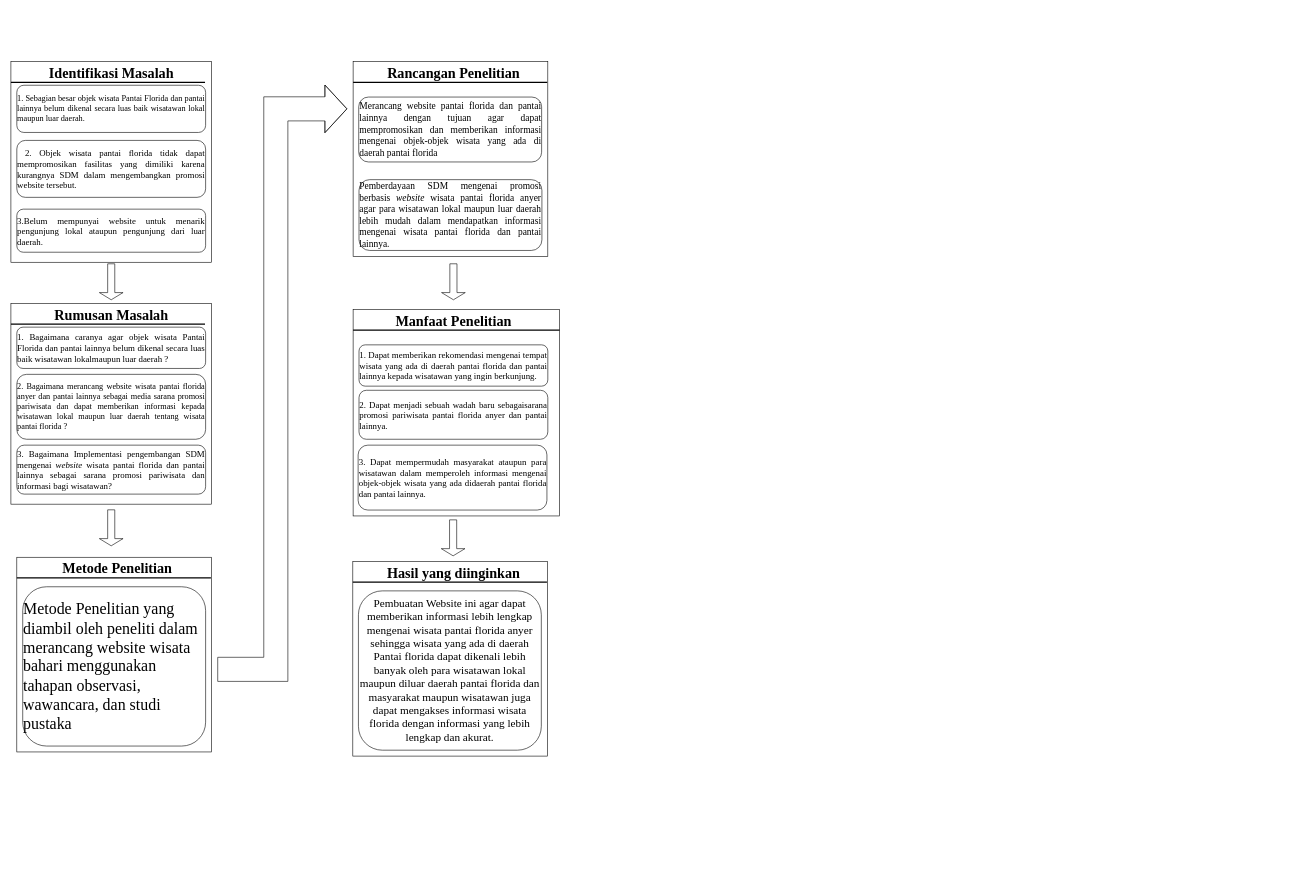
Above: page "Page-62" (2 of 62) of Untitled Diagram.drawio in Jeremia0910/SJSI (draw.io), before the change. Source tidied: cells renumbered, new cells numbered last; positions are measured from the earlier drawing's top-left corner, leaving out a move shared by most shapes. Both pictures are drawn from the tidied source at 59%, with x=0, y=0 at pixel (11, 61).
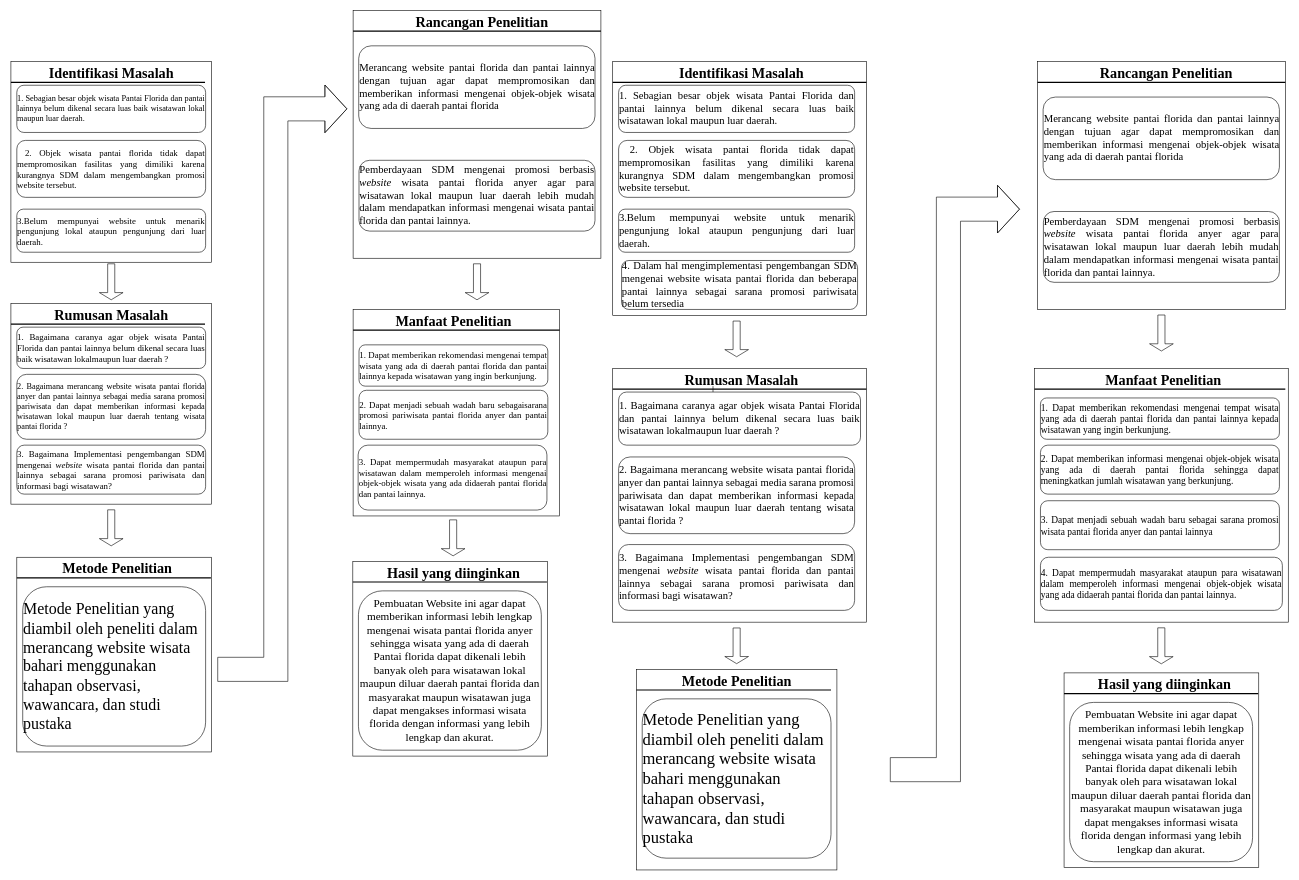
The same page after the edit.

Diff of the diagram source:
```diff
@@
     <mxCell id="10" style="whiteSpace=wrap;html=1;" parent="1" vertex="1">
-      <mxGeometry x="580" width="330" height="330" as="geometry" />
+      <mxGeometry x="1740" width="420" height="420" as="geometry" />
     </mxCell>
     <mxCell id="11" style="line;strokeWidth=2;html=1;" parent="1" vertex="1">
-      <mxGeometry x="580" y="30" width="329" height="10" as="geometry" />
+      <mxGeometry x="1740" y="30" width="420" height="10" as="geometry" />
     </mxCell>
-    <mxCell id="12" value="&lt;font face=&quot;Times New Roman&quot;&gt;Rancangan Penelitian&lt;br&gt;&lt;/font&gt;" style="text;html=1;fontSize=24;fontStyle=1;verticalAlign=middle;align=center;" parent="1" vertex="1">
-      <mxGeometry x="715" y="10" width="70" height="20" as="geometry" />
+    <mxCell id="12" value="&lt;font face=&quot;Times New Roman&quot;&gt;&lt;span style=&quot;white-space: pre;&quot;&gt;&#9;&lt;/span&gt;&lt;span style=&quot;white-space: pre;&quot;&gt;&#9;&lt;/span&gt;Rancangan Penelitian&lt;br&gt;&lt;/font&gt;" style="text;html=1;fontSize=24;fontStyle=1;verticalAlign=middle;align=center;" parent="1" vertex="1">
+      <mxGeometry x="1875" y="10" width="70" height="20" as="geometry" />
     </mxCell>
-    <mxCell id="13" value="&lt;div align=&quot;justify&quot;&gt;&lt;font style=&quot;font-size: 16px;&quot;&gt;Merancang website pantai florida dan pantai lainnya dengan tujuan agar dapat mempromosikan dan memberikan informasi mengenai objek-objek wisata yang ada di daerah pantai florida&lt;/font&gt;&lt;/div&gt;" style="rounded=1;whiteSpace=wrap;html=1;fontFamily=Times New Roman;fontSize=14;" parent="1" vertex="1">
-      <mxGeometry x="589.5" y="60" width="310" height="110" as="geometry" />
+    <mxCell id="13" value="&lt;div style=&quot;font-size: 18px;&quot; align=&quot;justify&quot;&gt;&lt;font style=&quot;font-size: 18px;&quot;&gt;Merancang website pantai florida dan pantai lainnya dengan tujuan agar dapat mempromosikan dan memberikan informasi mengenai objek-objek wisata yang ada di daerah pantai florida&lt;/font&gt;&lt;/div&gt;" style="rounded=1;whiteSpace=wrap;html=1;fontFamily=Times New Roman;fontSize=14;" parent="1" vertex="1">
+      <mxGeometry x="1749.5" y="60" width="400.5" height="140" as="geometry" />
     </mxCell>
-    <mxCell id="14" value="&lt;div align=&quot;justify&quot;&gt;&lt;font style=&quot;font-size: 16px;&quot;&gt;Pemberdayaan SDM mengenai promosi berbasis &lt;i&gt;website &lt;/i&gt;wisata pantai florida anyer agar para wisatawan lokal maupun luar daerah lebih mudah dalam mendapatkan informasi mengenai wisata pantai florida dan pantai lainnya.&lt;/font&gt;&lt;/div&gt;" style="rounded=1;whiteSpace=wrap;html=1;fontFamily=Times New Roman;fontSize=14;" parent="1" vertex="1">
-      <mxGeometry x="590" y="200" width="310" height="120" as="geometry" />
+    <mxCell id="14" value="&lt;div style=&quot;font-size: 18px;&quot; align=&quot;justify&quot;&gt;&lt;font style=&quot;font-size: 18px;&quot;&gt;Pemberdayaan SDM mengenai promosi berbasis &lt;i&gt;website &lt;/i&gt;wisata pantai florida anyer agar para wisatawan lokal maupun luar daerah lebih mudah dalam mendapatkan informasi mengenai wisata pantai florida dan pantai lainnya.&lt;/font&gt;&lt;/div&gt;" style="rounded=1;whiteSpace=wrap;html=1;fontFamily=Times New Roman;fontSize=14;" parent="1" vertex="1">
+      <mxGeometry x="1750" y="254" width="400" height="120" as="geometry" />
     </mxCell>
     <mxCell id="15" style="shape=singleArrow;direction=east;whiteSpace=wrap;html=1;fontFamily=Times New Roman;rotation=90;" parent="1" vertex="1">
-      <mxGeometry x="719.5" y="353" width="61" height="40.2" as="geometry" />
+      <mxGeometry x="1919.5" y="439.8" width="61" height="40.2" as="geometry" />
     </mxCell>
@@
+    <mxCell id="38" style="whiteSpace=wrap;html=1;" parent="1" vertex="1">
+      <mxGeometry x="1020" width="430" height="430" as="geometry" />
+    </mxCell>
+    <mxCell id="39" style="line;strokeWidth=2;html=1;" parent="1" vertex="1">
+      <mxGeometry x="1020" y="30" width="430" height="10" as="geometry" />
+    </mxCell>
+    <mxCell id="40" value="&lt;font face=&quot;Times New Roman&quot;&gt;&lt;span style=&quot;white-space: pre;&quot;&gt;&#9;&lt;/span&gt;&lt;span style=&quot;white-space: pre;&quot;&gt;&#9;&lt;/span&gt;Identifikasi Masalah&lt;/font&gt;" style="text;html=1;fontSize=24;fontStyle=1;verticalAlign=middle;align=center;" parent="1" vertex="1">
+      <mxGeometry x="1155" y="10" width="70" height="20" as="geometry" />
+    </mxCell>
+    <mxCell id="41" value="&lt;div style=&quot;font-size: 18px;&quot; align=&quot;justify&quot;&gt;1. Sebagian besar objek wisata Pantai Florida dan pantai lainnya belum dikenal secara luas baik wisatawan lokal maupun luar daerah.&lt;/div&gt;" style="rounded=1;whiteSpace=wrap;html=1;fontFamily=Times New Roman;fontSize=14;align=center;" parent="1" vertex="1">
+      <mxGeometry x="1030" y="40" width="400" height="80" as="geometry" />
+    </mxCell>
+    <mxCell id="42" value="&lt;div style=&quot;font-size: 18px;&quot; align=&quot;justify&quot;&gt;&amp;nbsp;2. &lt;span&gt;Objek wisata pantai florida tidak dapat mempromosikan fasilitas yang dimiliki karena kurangnya SDM dalam mengembangkan promosi website tersebut.&lt;/span&gt;&lt;/div&gt;" style="rounded=1;whiteSpace=wrap;html=1;fontFamily=Times New Roman;fontSize=14;" parent="1" vertex="1">
+      <mxGeometry x="1030" y="133.5" width="400" height="96.5" as="geometry" />
+    </mxCell>
+    <mxCell id="43" value="&lt;div style=&quot;font-size: 18px;&quot; align=&quot;justify&quot;&gt;&lt;span&gt;3.Belum mempunyai website untuk menarik pengunjung lokal ataupun pengunjung dari luar daerah.&lt;/span&gt;&lt;/div&gt;" style="rounded=1;whiteSpace=wrap;html=1;fontFamily=Times New Roman;fontSize=14;" parent="1" vertex="1">
+      <mxGeometry x="1030" y="250" width="400" height="73" as="geometry" />
+    </mxCell>
+    <mxCell id="44" value="&lt;div style=&quot;font-size: 18px;&quot; align=&quot;justify&quot;&gt;&lt;span&gt;4. Dalam hal mengimplementasi pengembangan SDM mengenai website wisata pantai florida dan beberapa pantai lainnya sebagai sarana promosi pariwisata belum tersedia&lt;br&gt;&lt;/span&gt;&lt;/div&gt;" style="rounded=1;whiteSpace=wrap;html=1;fontFamily=Times New Roman;fontSize=14;" parent="1" vertex="1">
+      <mxGeometry x="1035" y="337" width="400" height="83" as="geometry" />
+    </mxCell>
+    <mxCell id="45" style="shape=singleArrow;direction=east;whiteSpace=wrap;html=1;fontFamily=Times New Roman;rotation=90;" parent="1" vertex="1">
+      <mxGeometry x="1199.8" y="449.8" width="60.5" height="40.2" as="geometry" />
+    </mxCell>
+    <mxCell id="46" style="whiteSpace=wrap;html=1;" parent="1" vertex="1">
+      <mxGeometry x="1020" y="520" width="430" height="430" as="geometry" />
+    </mxCell>
+    <mxCell id="47" style="line;strokeWidth=2;html=1;" parent="1" vertex="1">
+      <mxGeometry x="1020" y="550" width="430" height="10" as="geometry" />
+    </mxCell>
+    <mxCell id="48" style="edgeStyle=orthogonalEdgeStyle;rounded=0;jettySize=auto;html=1;" parent="1" edge="1" source="49" target="50">
+      <mxGeometry relative="1" as="geometry" />
+    </mxCell>
+    <mxCell id="49" value="&lt;font face=&quot;Times New Roman&quot;&gt;&lt;span style=&quot;white-space: pre;&quot;&gt;&#9;&lt;/span&gt;&lt;span style=&quot;white-space: pre;&quot;&gt;&#9;&lt;/span&gt;Rumusan Masalah&lt;/font&gt;" style="text;html=1;fontSize=24;fontStyle=1;verticalAlign=middle;align=center;" parent="1" vertex="1">
+      <mxGeometry x="1155" y="530" width="70" height="20" as="geometry" />
+    </mxCell>
+    <mxCell id="50" value="&lt;div style=&quot;font-size: 18px;&quot; align=&quot;justify&quot;&gt;&lt;p&gt;&lt;span&gt;1. Bagaimana caranya agar objek wisata Pantai Florida dan pantai lainnya belum dikenal secara luas baik wisatawan lokalmaupun luar daerah ?&lt;/span&gt;&lt;/p&gt;&lt;/div&gt;" style="rounded=1;whiteSpace=wrap;html=1;fontFamily=Times New Roman;fontSize=14;align=center;" parent="1" vertex="1">
+      <mxGeometry x="1030" y="560" width="410" height="90" as="geometry" />
+    </mxCell>
+    <mxCell id="51" value="&lt;div style=&quot;font-size: 18px;&quot; align=&quot;justify&quot;&gt;&lt;p&gt;&lt;span&gt;2. Bagaimana merancang website wisata pantai florida anyer dan pantai lainnya sebagai media sarana promosi pariwisata dan dapat memberikan informasi kepada wisatawan lokal maupun luar daerah tentang wisata pantai florida ?&lt;/span&gt;&lt;/p&gt;&lt;/div&gt;" style="rounded=1;whiteSpace=wrap;html=1;fontFamily=Times New Roman;fontSize=14;" parent="1" vertex="1">
+      <mxGeometry x="1030" y="670" width="400" height="130" as="geometry" />
+    </mxCell>
+    <mxCell id="52" value="&lt;div style=&quot;font-size: 18px;&quot; align=&quot;justify&quot;&gt;3. Bagaimana Implementasi pengembangan SDM mengenai&lt;i&gt; website &lt;/i&gt;wisata pantai florida dan pantai lainnya sebagai sarana promosi pariwisata dan informasi bagi wisatawan?&lt;/div&gt;" style="rounded=1;whiteSpace=wrap;html=1;fontFamily=Times New Roman;fontSize=14;" parent="1" vertex="1">
+      <mxGeometry x="1030" y="818.5" width="400" height="111.5" as="geometry" />
+    </mxCell>
+    <mxCell id="53" style="whiteSpace=wrap;html=1;" parent="1" vertex="1">
+      <mxGeometry x="1060" y="1030" width="340" height="340" as="geometry" />
+    </mxCell>
+    <mxCell id="54" style="line;strokeWidth=2;html=1;" parent="1" vertex="1">
+      <mxGeometry x="1060" y="1060" width="330" height="10" as="geometry" />
+    </mxCell>
+    <mxCell id="55" value="&lt;font face=&quot;Times New Roman&quot;&gt;Metode Penelitian&lt;br&gt;&lt;/font&gt;" style="text;html=1;fontSize=24;fontStyle=1;verticalAlign=middle;align=center;" parent="1" vertex="1">
+      <mxGeometry x="1195" y="1040" width="70" height="20" as="geometry" />
+    </mxCell>
+    <mxCell id="56" value="&lt;div style=&quot;font-size: 28px;&quot; align=&quot;left&quot;&gt;&lt;font style=&quot;font-size: 28px;&quot;&gt;Metode Penelitian yang diambil oleh peneliti dalam merancang website wisata bahari menggunakan tahapan observasi, wawancara, dan studi pustaka&lt;/font&gt;&lt;br&gt;&lt;/div&gt;" style="rounded=1;whiteSpace=wrap;html=1;fontFamily=Times New Roman;fontSize=14;" parent="1" vertex="1">
+      <mxGeometry x="1070" y="1080" width="320" height="270" as="geometry" />
+    </mxCell>
+    <mxCell id="57" style="shape=singleArrow;direction=east;whiteSpace=wrap;html=1;fontFamily=Times New Roman;rotation=90;" parent="1" vertex="1">
+      <mxGeometry x="1199.8" y="970" width="60.5" height="40.2" as="geometry" />
+    </mxCell>
+    <mxCell id="58" style="edgeStyle=segmentEdgeStyle;endArrow=classic;html=1;rounded=0;fontFamily=Times New Roman;fontSize=19;shape=flexArrow;width=40.833333333333336;endWidth=39;endSize=12.108333333333333;" parent="1" edge="1">
+      <mxGeometry relative="1" as="geometry">
+        <mxPoint x="1490" y="1200" as="sourcePoint" />
+        <mxPoint x="1710" y="250" as="targetPoint" />
+        <Array as="points">
+          <mxPoint x="1589" y="1200" />
+          <mxPoint x="1589" y="250" />
+          <mxPoint x="1669" y="250" />
+        </Array>
+      </mxGeometry>
+    </mxCell>
+    <mxCell id="59" style="whiteSpace=wrap;html=1;" parent="1" vertex="1">
+      <mxGeometry x="580" y="-86.8" width="420" height="420" as="geometry" />
+    </mxCell>
+    <mxCell id="60" style="line;strokeWidth=2;html=1;" parent="1" vertex="1">
+      <mxGeometry x="580" y="-56.8" width="420" height="10" as="geometry" />
+    </mxCell>
+    <mxCell id="61" value="&lt;font face=&quot;Times New Roman&quot;&gt;&lt;span style=&quot;white-space: pre;&quot;&gt;&#9;&lt;/span&gt;&lt;span style=&quot;white-space: pre;&quot;&gt;&#9;&lt;/span&gt;Rancangan Penelitian&lt;br&gt;&lt;/font&gt;" style="text;html=1;fontSize=24;fontStyle=1;verticalAlign=middle;align=center;" parent="1" vertex="1">
+      <mxGeometry x="715" y="-76.8" width="70" height="20" as="geometry" />
+    </mxCell>
+    <mxCell id="62" value="&lt;div style=&quot;font-size: 18px;&quot; align=&quot;justify&quot;&gt;&lt;font style=&quot;font-size: 18px;&quot;&gt;Merancang website pantai florida dan pantai lainnya dengan tujuan agar dapat mempromosikan dan memberikan informasi mengenai objek-objek wisata yang ada di daerah pantai florida&lt;/font&gt;&lt;/div&gt;" style="rounded=1;whiteSpace=wrap;html=1;fontFamily=Times New Roman;fontSize=14;" parent="1" vertex="1">
+      <mxGeometry x="589.5" y="-26.8" width="400.5" height="140" as="geometry" />
+    </mxCell>
+    <mxCell id="63" value="&lt;div style=&quot;font-size: 18px;&quot; align=&quot;justify&quot;&gt;&lt;font style=&quot;font-size: 18px;&quot;&gt;Pemberdayaan SDM mengenai promosi berbasis &lt;i&gt;website &lt;/i&gt;wisata pantai florida anyer agar para wisatawan lokal maupun luar daerah lebih mudah dalam mendapatkan informasi mengenai wisata pantai florida dan pantai lainnya.&lt;/font&gt;&lt;/div&gt;" style="rounded=1;whiteSpace=wrap;html=1;fontFamily=Times New Roman;fontSize=14;" parent="1" vertex="1">
+      <mxGeometry x="590" y="167.2" width="400" height="120" as="geometry" />
+    </mxCell>
+    <mxCell id="64" style="shape=singleArrow;direction=east;whiteSpace=wrap;html=1;fontFamily=Times New Roman;rotation=90;" parent="1" vertex="1">
+      <mxGeometry x="759.5" y="353" width="61" height="40.2" as="geometry" />
+    </mxCell>
+    <mxCell id="65" style="whiteSpace=wrap;html=1;" parent="1" vertex="1">
+      <mxGeometry x="1735" y="520" width="430" height="430" as="geometry" />
+    </mxCell>
+    <mxCell id="66" style="line;strokeWidth=2;html=1;" parent="1" vertex="1">
+      <mxGeometry x="1735" y="550" width="425" height="10" as="geometry" />
+    </mxCell>
+    <mxCell id="67" value="&lt;font face=&quot;Times New Roman&quot;&gt;&lt;span style=&quot;white-space: pre;&quot;&gt;&#9;&lt;/span&gt;&lt;span style=&quot;white-space: pre;&quot;&gt;&#9;&lt;/span&gt;Manfaat Penelitian&lt;br&gt;&lt;/font&gt;" style="text;html=1;fontSize=24;fontStyle=1;verticalAlign=middle;align=center;" parent="1" vertex="1">
+      <mxGeometry x="1870" y="530" width="70" height="20" as="geometry" />
+    </mxCell>
+    <mxCell id="68" style="shape=singleArrow;direction=east;whiteSpace=wrap;html=1;fontFamily=Times New Roman;rotation=90;" parent="1" vertex="1">
+      <mxGeometry x="1919.3" y="970" width="61" height="40.2" as="geometry" />
+    </mxCell>
+    <mxCell id="69" value="&lt;div style=&quot;font-size: 16px;&quot; align=&quot;justify&quot;&gt;&lt;p&gt;1. Dapat memberikan rekomendasi mengenai tempat wisata yang ada di daerah pantai florida dan pantai lainnya kepada wisatawan yang ingin berkunjung.&lt;/p&gt;&lt;/div&gt;" style="rounded=1;whiteSpace=wrap;html=1;fontFamily=Times New Roman;fontSize=14;align=center;" parent="1" vertex="1">
+      <mxGeometry x="1745" y="570" width="405" height="70" as="geometry" />
+    </mxCell>
+    <mxCell id="70" value="&lt;div style=&quot;font-size: 16px;&quot; align=&quot;justify&quot;&gt;&lt;p&gt;&lt;span&gt;2. Dapat memberikan informasi mengenai objek-objek wisata yang ada di daerah pantai florida sehingga dapat meningkatkan jumlah wisatawan yang berkunjung.&lt;br&gt;&lt;/span&gt;&lt;/p&gt;&lt;/div&gt;" style="rounded=1;whiteSpace=wrap;html=1;fontFamily=Times New Roman;fontSize=14;" parent="1" vertex="1">
+      <mxGeometry x="1745" y="650" width="405" height="83" as="geometry" />
+    </mxCell>
+    <mxCell id="71" value="&lt;div style=&quot;font-size: 16px;&quot; align=&quot;justify&quot;&gt;&lt;p&gt;4. &lt;span&gt;Dapat mempermudah masyarakat ataupun para wisatawan dalam memperoleh informasi mengenai objek-objek wisata yang ada didaerah pantai florida dan pantai lainnya.&lt;/span&gt;&lt;/p&gt;&lt;/div&gt;" style="rounded=1;whiteSpace=wrap;html=1;fontFamily=Times New Roman;fontSize=14;" parent="1" vertex="1">
+      <mxGeometry x="1745" y="840" width="410" height="90" as="geometry" />
+    </mxCell>
+    <mxCell id="72" value="&lt;div style=&quot;font-size: 16px;&quot; align=&quot;justify&quot;&gt;&lt;p&gt;3. Dapat menjadi sebuah wadah baru sebagai sarana promosi wisata pantai florida anyer dan pantai lainnya&lt;br&gt;&lt;/p&gt;&lt;/div&gt;" style="rounded=1;whiteSpace=wrap;html=1;fontFamily=Times New Roman;fontSize=14;" parent="1" vertex="1">
+      <mxGeometry x="1745" y="744.2" width="405" height="83" as="geometry" />
+    </mxCell>
+    <mxCell id="73" style="whiteSpace=wrap;html=1;" parent="1" vertex="1">
+      <mxGeometry x="1785" y="1036" width="330" height="330" as="geometry" />
+    </mxCell>
+    <mxCell id="74" style="line;strokeWidth=2;html=1;" parent="1" vertex="1">
+      <mxGeometry x="1785" y="1066" width="329" height="10" as="geometry" />
+    </mxCell>
+    <mxCell id="75" value="&lt;font face=&quot;Times New Roman&quot;&gt;Hasil yang diinginkan&lt;/font&gt;" style="text;html=1;fontSize=24;fontStyle=1;verticalAlign=middle;align=center;" parent="1" vertex="1">
+      <mxGeometry x="1920" y="1046" width="70" height="20" as="geometry" />
+    </mxCell>
+    <mxCell id="76" value="&lt;font style=&quot;font-size: 19px;&quot;&gt;Pembuatan Website ini agar dapat memberikan informasi lebih lengkap mengenai wisata pantai florida anyer sehingga wisata yang ada di daerah Pantai florida dapat dikenali lebih banyak oleh para wisatawan lokal maupun diluar daerah pantai florida dan masyarakat maupun wisatawan juga dapat mengakses informasi wisata florida dengan informasi yang lebih lengkap dan akurat.&lt;/font&gt;" style="rounded=1;whiteSpace=wrap;html=1;fontFamily=Times New Roman;fontSize=14;" parent="1" vertex="1">
+      <mxGeometry x="1794.5" y="1086" width="310" height="270" as="geometry" />
+    </mxCell>
```
